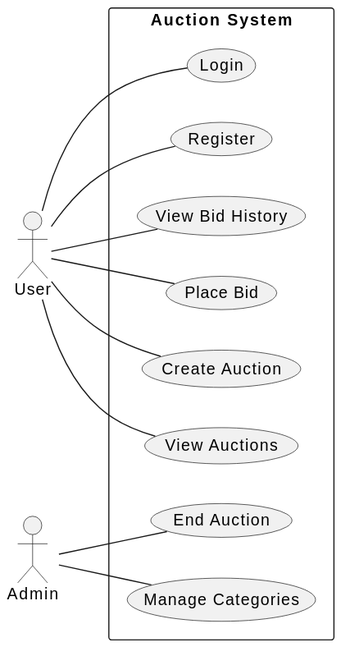
This is docs/images/usecase.svg from duydo11/auction-system-cua-hai-giang-duy-va-beo, a PlantUML export, as it was before one commit. Source of this version:
```plantuml
@startuml
left to right direction
actor User
actor Admin

rectangle "Auction System" {
  User -- (Register)
  User -- (Login)
  User -- (View Auctions)
  User -- (Create Auction)
  User -- (Place Bid)
  User -- (View Bid History)
  Admin -- (Manage Categories)
  Admin -- (End Auction)
}
@enduml
```
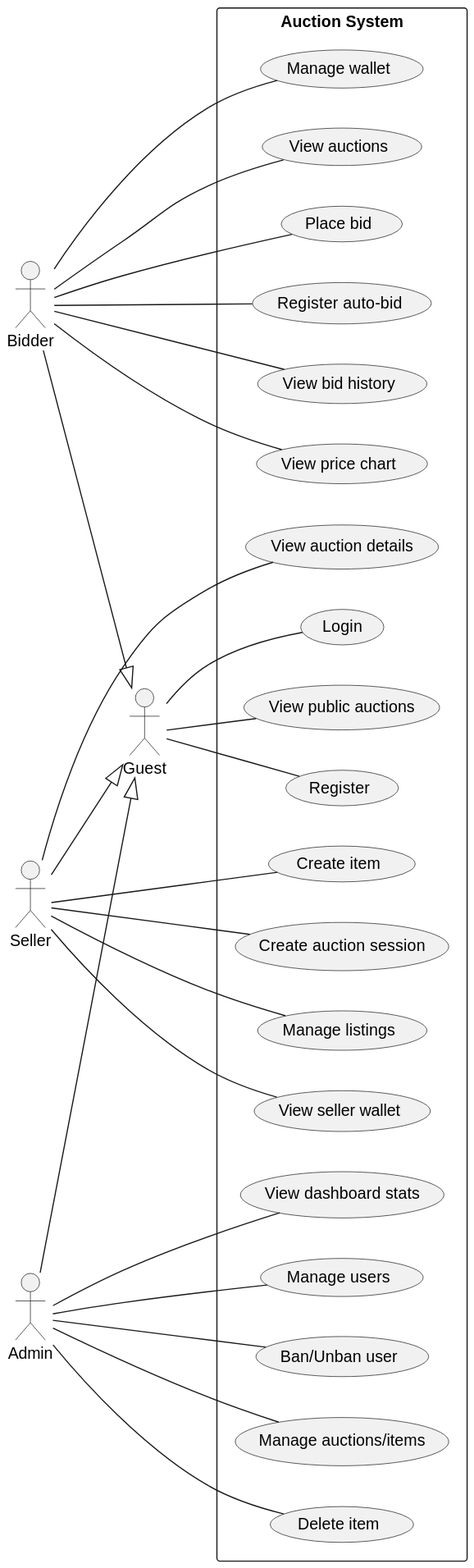
Later version of the same file.

What changed in the source:
```diff
@@ -1,16 +1,36 @@
 @startuml
 left to right direction
-actor User
+actor Guest
+actor Bidder
+actor Seller
 actor Admin
 
 rectangle "Auction System" {
-  User -- (Register)
-  User -- (Login)
-  User -- (View Auctions)
-  User -- (Create Auction)
-  User -- (Place Bid)
-  User -- (View Bid History)
-  Admin -- (Manage Categories)
-  Admin -- (End Auction)
+  Guest -- (Register)
+  Guest -- (Login)
+  Guest -- (View public auctions)
+
+  Bidder -- (View auctions)
+  Bidder -- (Place bid)
+  Bidder -- (Register auto-bid)
+  Bidder -- (View bid history)
+  Bidder -- (View price chart)
+  Bidder -- (Manage wallet)
+
+  Seller -- (Create item)
+  Seller -- (Create auction session)
+  Seller -- (Manage listings)
+  Seller -- (View seller wallet)
+  Seller -- (View auction details)
+
+  Admin -- (View dashboard stats)
+  Admin -- (Manage users)
+  Admin -- (Ban/Unban user)
+  Admin -- (Manage auctions/items)
+  Admin -- (Delete item)
 }
+
+Bidder --|> Guest
+Seller --|> Guest
+Admin --|> Guest
 @enduml
```
